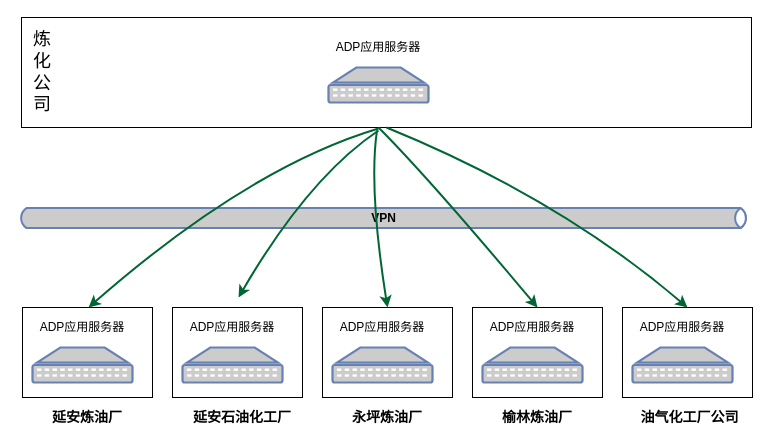
Earlier version of the draw.io diagram supfusion/延长石油/组织架构数据同步.drawio (publisherfk/diagrams). Source tidied: cells renumbered, new cells numbered last; positions are measured from the earlier drawing's top-left corner, leaving out a move shared by most shapes. Both pictures are drawn from the tidied source at 100%, with x=0, y=0 at pixel (18, 17).
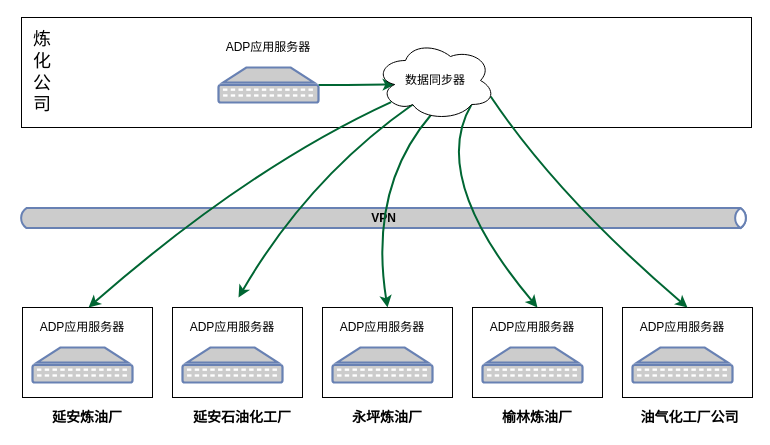
After the change.

Commit message (it also covers changes not shown here):
Update 组织架构数据同步.drawio

Unchanged cells that the change refers to:
```xml
<mxCell id="2" style="rounded=0;whiteSpace=wrap;html=1;fillColor=none;" parent="1" vertex="1">
  <mxGeometry x="4" y="290" width="130" height="90" as="geometry" />
</mxCell>
<mxCell id="3" style="rounded=0;whiteSpace=wrap;html=1;fillColor=none;" parent="1" vertex="1">
  <mxGeometry x="3" width="730" height="110" as="geometry" />
</mxCell>
<mxCell id="15" style="rounded=0;whiteSpace=wrap;html=1;fillColor=none;" parent="1" vertex="1">
  <mxGeometry x="304" y="290" width="130" height="90" as="geometry" />
</mxCell>
<mxCell id="19" style="rounded=0;whiteSpace=wrap;html=1;fillColor=none;" parent="1" vertex="1">
  <mxGeometry x="454" y="290" width="130" height="90" as="geometry" />
</mxCell>
<mxCell id="23" style="rounded=0;whiteSpace=wrap;html=1;fillColor=none;" parent="1" vertex="1">
  <mxGeometry x="604" y="290" width="130" height="90" as="geometry" />
</mxCell>
```

What changed in the source:
```diff
@@
+    <mxCell id="32" style="edgeStyle=orthogonalEdgeStyle;rounded=0;jettySize=auto;html=1;entryX=0.16;entryY=0.55;entryDx=0;entryDy=0;entryPerimeter=0;strokeColor=#006633;strokeWidth=2;" parent="1" edge="1" source="4" target="33">
+      <mxGeometry relative="1" as="geometry" />
+    </mxCell>
     <mxCell id="4" style="fontColor=#0066CC;verticalAlign=top;verticalLabelPosition=bottom;labelPosition=center;align=center;html=1;outlineConnect=0;fillColor=#CCCCCC;strokeColor=#6881B3;gradientColor=none;gradientDirection=north;strokeWidth=2;shape=mxgraph.networks.patch_panel;" parent="1" vertex="1">
-      <mxGeometry x="310" y="50" width="100" height="35" as="geometry" />
+      <mxGeometry x="200" y="50" width="100" height="35" as="geometry" />
     </mxCell>
     <mxCell id="5" value="ADP应用服务器" style="text;html=1;strokeColor=none;fillColor=none;align=center;verticalAlign=middle;whiteSpace=wrap;rounded=0;" parent="1" vertex="1">
-      <mxGeometry x="315" y="20" width="90" height="20" as="geometry" />
+      <mxGeometry x="205" y="20" width="90" height="20" as="geometry" />
     </mxCell>
@@
-    <mxCell id="27" style="curved=1;endArrow=classic;html=1;entryX=0.508;entryY=0;entryDx=0;entryDy=0;entryPerimeter=0;strokeWidth=2;strokeColor=#006633;" parent="1" edge="1" target="2">
+    <mxCell id="27" style="curved=1;endArrow=classic;html=1;entryX=0.508;entryY=0;entryDx=0;entryDy=0;entryPerimeter=0;strokeWidth=2;strokeColor=#006633;exitX=0.13;exitY=0.77;exitDx=0;exitDy=0;exitPerimeter=0;" parent="1" edge="1" source="33" target="2">
       <mxGeometry relative="1" as="geometry">
-        <mxPoint x="360" y="111" as="sourcePoint" />
         <Array as="points">
           <mxPoint x="230" y="150" />
         </Array>
       </mxGeometry>
     </mxCell>
-    <mxCell id="28" style="curved=1;endArrow=classic;html=1;strokeWidth=2;strokeColor=#006633;" parent="1" edge="1">
+    <mxCell id="28" style="curved=1;endArrow=classic;html=1;strokeWidth=2;strokeColor=#006633;exitX=0.31;exitY=0.8;exitDx=0;exitDy=0;exitPerimeter=0;" parent="1" edge="1" source="33">
       <mxGeometry relative="1" as="geometry">
-        <mxPoint x="360" y="113" as="sourcePoint" />
         <mxPoint x="220" y="280" as="targetPoint" />
         <Array as="points">
           <mxPoint x="290" y="160" />
         </Array>
       </mxGeometry>
     </mxCell>
-    <mxCell id="29" style="curved=1;endArrow=classic;html=1;strokeWidth=2;entryX=0.5;entryY=0;entryDx=0;entryDy=0;exitX=0.487;exitY=1.027;exitDx=0;exitDy=0;exitPerimeter=0;strokeColor=#006633;" parent="1" edge="1" source="3" target="15">
+    <mxCell id="29" style="curved=1;endArrow=classic;html=1;strokeWidth=2;entryX=0.5;entryY=0;entryDx=0;entryDy=0;exitX=0.465;exitY=0.925;exitDx=0;exitDy=0;exitPerimeter=0;strokeColor=#006633;" parent="1" edge="1" source="33" target="15">
       <mxGeometry relative="1" as="geometry">
         <Array as="points">
           <mxPoint x="350" y="170" />
         </Array>
       </mxGeometry>
     </mxCell>
-    <mxCell id="30" style="curved=1;endArrow=classic;html=1;strokeWidth=2;entryX=0.5;entryY=0;entryDx=0;entryDy=0;strokeColor=#006633;" parent="1" edge="1" target="19">
+    <mxCell id="30" style="curved=1;endArrow=classic;html=1;strokeWidth=2;entryX=0.5;entryY=0;entryDx=0;entryDy=0;strokeColor=#006633;exitX=0.8;exitY=0.8;exitDx=0;exitDy=0;exitPerimeter=0;" parent="1" edge="1" source="33" target="19">
       <mxGeometry relative="1" as="geometry">
-        <mxPoint x="360" y="110" as="sourcePoint" />
         <Array as="points">
           <mxPoint x="410" y="160" />
         </Array>
       </mxGeometry>
     </mxCell>
-    <mxCell id="31" style="curved=1;endArrow=classic;html=1;strokeWidth=2;entryX=0.5;entryY=0;entryDx=0;entryDy=0;exitX=0.5;exitY=1;exitDx=0;exitDy=0;strokeColor=#006633;" parent="1" edge="1" source="3" target="23">
+    <mxCell id="31" style="curved=1;endArrow=classic;html=1;strokeWidth=2;entryX=0.5;entryY=0;entryDx=0;entryDy=0;exitX=0.96;exitY=0.7;exitDx=0;exitDy=0;strokeColor=#006633;exitPerimeter=0;" parent="1" edge="1" source="33" target="23">
       <mxGeometry relative="1" as="geometry">
         <Array as="points">
           <mxPoint x="540" y="180" />
         </Array>
       </mxGeometry>
     </mxCell>
+    <mxCell id="33" value="数据同步器" style="ellipse;shape=cloud;whiteSpace=wrap;html=1;" parent="1" vertex="1">
+      <mxGeometry x="357" y="23" width="120" height="80" as="geometry" />
+    </mxCell>
```
